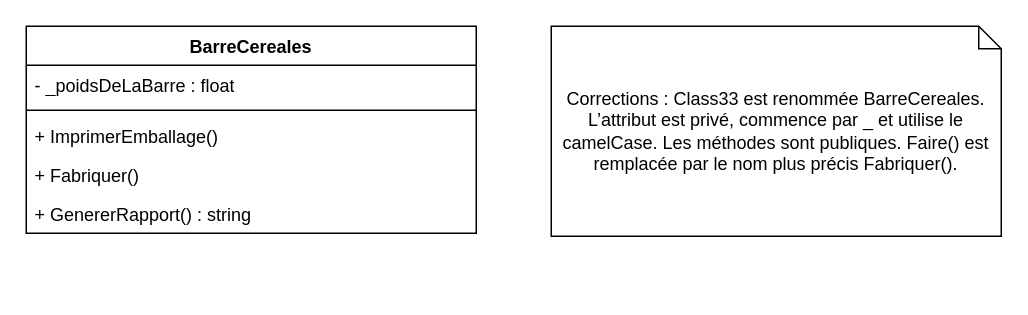
This is 6TTI_DPMAEL_POO/Exercice_1_BarreCereales.drawio from mgamsdve/6TTI_DayaniPoty_Mael-UAA14, a draw.io file, before an edit. Source tidied: cells renumbered, new cells numbered last; positions are measured from the earlier drawing's top-left corner, leaving out a move shared by most shapes. Both pictures are drawn from the tidied source at 150%, with x=0, y=0 at pixel (26, 26).
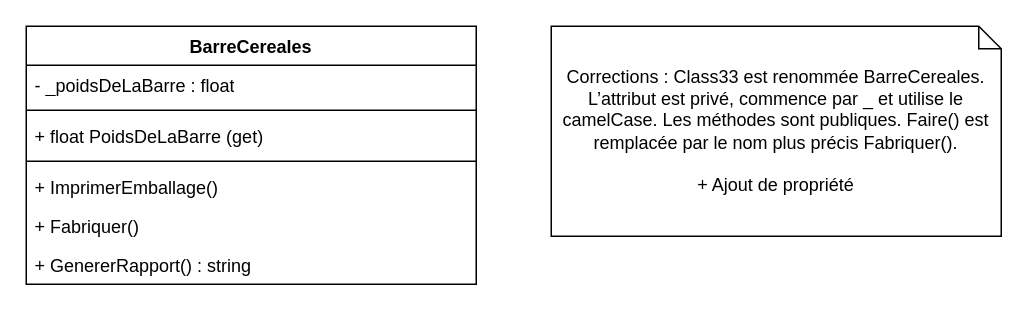
The same page after the edit.

The edit, as a diff of the source:
```diff
@@
 <mxGraphModel>
   <root>
     <mxCell id="0" />
     <mxCell id="1" parent="0" />
     <mxCell id="2" value="BarreCereales" style="swimlane;fontStyle=1;align=center;verticalAlign=top;horizontal=1;startSize=26;whiteSpace=wrap;html=1;" parent="1" vertex="1">
-      <mxGeometry width="300" height="138" as="geometry" />
+      <mxGeometry width="300" height="172" as="geometry" />
     </mxCell>
     <mxCell id="3" value="- _poidsDeLaBarre : float" style="text;strokeColor=none;fillColor=none;align=left;verticalAlign=top;spacingLeft=4;spacingRight=4;overflow=hidden;whiteSpace=wrap;html=1;" parent="2" vertex="1">
       <mxGeometry y="26" width="300" height="26" as="geometry" />
     </mxCell>
     <mxCell id="4" style="line;strokeWidth=1;fillColor=none;align=left;verticalAlign=middle;spacingTop=-1;spacingLeft=3;spacingRight=3;labelPosition=right;strokeColor=inherit;" parent="2" vertex="1">
       <mxGeometry y="52" width="300" height="8" as="geometry" />
     </mxCell>
+    <mxCell id="9" value="+ float PoidsDeLaBarre (get)&amp;nbsp;" style="text;strokeColor=none;fillColor=none;align=left;verticalAlign=top;spacingLeft=4;spacingRight=4;overflow=hidden;whiteSpace=wrap;html=1;" parent="2" vertex="1">
+      <mxGeometry y="60" width="300" height="26" as="geometry" />
+    </mxCell>
+    <mxCell id="10" style="line;strokeWidth=1;fillColor=none;align=left;verticalAlign=middle;spacingTop=-1;spacingLeft=3;spacingRight=3;labelPosition=right;strokeColor=inherit;" parent="2" vertex="1">
+      <mxGeometry y="86" width="300" height="8" as="geometry" />
+    </mxCell>
     <mxCell id="5" value="+ ImprimerEmballage()" style="text;strokeColor=none;fillColor=none;align=left;verticalAlign=top;spacingLeft=4;spacingRight=4;overflow=hidden;whiteSpace=wrap;html=1;" parent="2" vertex="1">
-      <mxGeometry y="60" width="300" height="26" as="geometry" />
+      <mxGeometry y="94" width="300" height="26" as="geometry" />
     </mxCell>
     <mxCell id="6" value="+ Fabriquer()" style="text;strokeColor=none;fillColor=none;align=left;verticalAlign=top;spacingLeft=4;spacingRight=4;overflow=hidden;whiteSpace=wrap;html=1;" parent="2" vertex="1">
-      <mxGeometry y="86" width="300" height="26" as="geometry" />
+      <mxGeometry y="120" width="300" height="26" as="geometry" />
     </mxCell>
     <mxCell id="7" value="+ GenererRapport() : string" style="text;strokeColor=none;fillColor=none;align=left;verticalAlign=top;spacingLeft=4;spacingRight=4;overflow=hidden;whiteSpace=wrap;html=1;" parent="2" vertex="1">
-      <mxGeometry y="112" width="300" height="26" as="geometry" />
+      <mxGeometry y="146" width="300" height="26" as="geometry" />
     </mxCell>
-    <mxCell id="8" value="Corrections : Class33 est renommée BarreCereales. L’attribut est privé, commence par _ et utilise le camelCase. Les méthodes sont publiques. Faire() est remplacée par le nom plus précis Fabriquer()." style="shape=note;whiteSpace=wrap;html=1;size=15;" parent="1" vertex="1">
+    <mxCell id="8" value="Corrections : Class33 est renommée BarreCereales. L’attribut est privé, commence par _ et utilise le camelCase. Les méthodes sont publiques. Faire() est remplacée par le nom plus précis Fabriquer().&lt;div&gt;&lt;br&gt;&lt;/div&gt;&lt;div&gt;+ Ajout de propriété&lt;/div&gt;" style="shape=note;whiteSpace=wrap;html=1;size=15;" parent="1" vertex="1">
       <mxGeometry x="350" width="300" height="140" as="geometry" />
     </mxCell>
   </root>
 </mxGraphModel>
```
